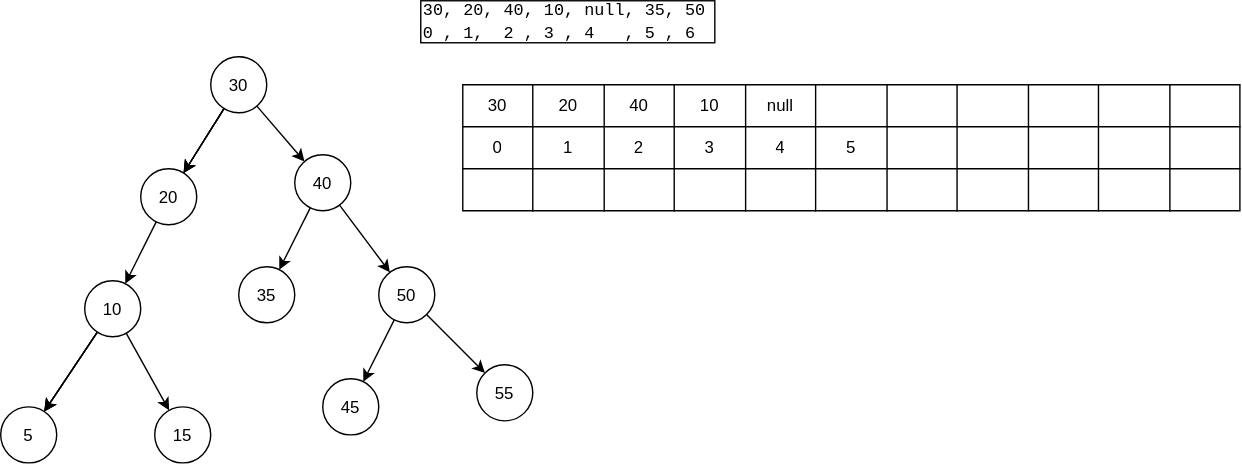
The draw.io diagram База/Структуры данных/2. Быстро находить данные и проверять условия/2.3. Проверять принадлежность и уникальность/Множество (Set)/binary-tree.drawio.svg in kosukhin/catalog, before a commit. Source tidied: cells renumbered, new cells last; positions are measured from the earlier drawing's top-left corner, leaving out a move shared by most shapes.
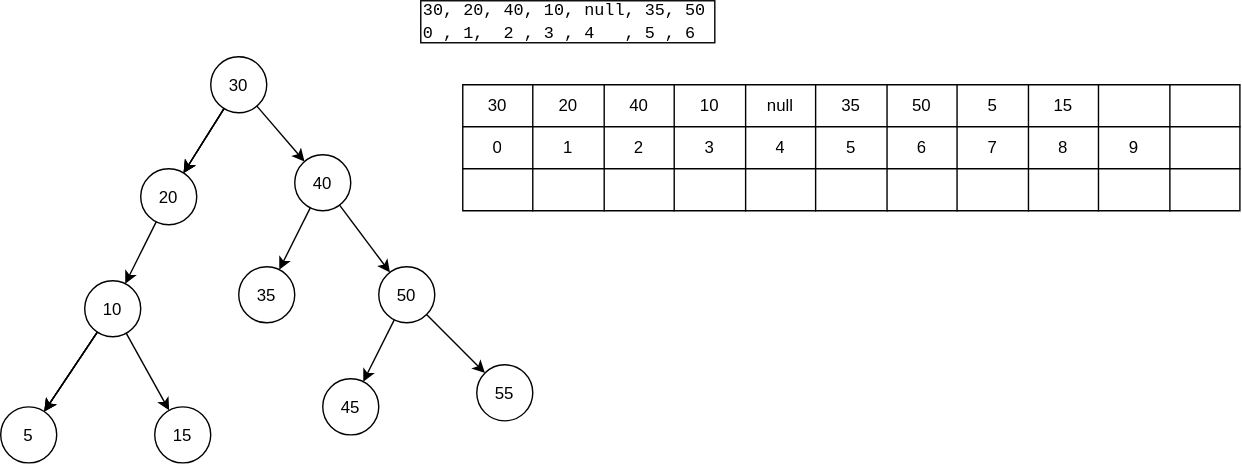
After the change.

What changed in the source:
```diff
@@ -95,16 +95,16 @@
     <mxCell id="32" value="null" style="shape=partialRectangle;html=1;whiteSpace=wrap;strokeColor=inherit;overflow=hidden;fillColor=none;" parent="27" vertex="1">
       <mxGeometry x="202" width="50" height="30" as="geometry" />
     </mxCell>
-    <mxCell id="33" style="shape=partialRectangle;html=1;whiteSpace=wrap;strokeColor=inherit;overflow=hidden;fillColor=none;" parent="27" vertex="1">
+    <mxCell id="33" value="35" style="shape=partialRectangle;html=1;whiteSpace=wrap;strokeColor=inherit;overflow=hidden;fillColor=none;" parent="27" vertex="1">
       <mxGeometry x="252" width="51" height="30" as="geometry" />
     </mxCell>
-    <mxCell id="34" style="shape=partialRectangle;html=1;whiteSpace=wrap;strokeColor=inherit;overflow=hidden;fillColor=none;" parent="27" vertex="1">
+    <mxCell id="34" value="50" style="shape=partialRectangle;html=1;whiteSpace=wrap;strokeColor=inherit;overflow=hidden;fillColor=none;" parent="27" vertex="1">
       <mxGeometry x="303" width="50" height="30" as="geometry" />
     </mxCell>
-    <mxCell id="35" style="shape=partialRectangle;html=1;whiteSpace=wrap;strokeColor=inherit;overflow=hidden;fillColor=none;" parent="27" vertex="1">
+    <mxCell id="35" value="5" style="shape=partialRectangle;html=1;whiteSpace=wrap;strokeColor=inherit;overflow=hidden;fillColor=none;" parent="27" vertex="1">
       <mxGeometry x="353" width="51" height="30" as="geometry" />
     </mxCell>
-    <mxCell id="36" style="shape=partialRectangle;html=1;whiteSpace=wrap;strokeColor=inherit;overflow=hidden;fillColor=none;" parent="27" vertex="1">
+    <mxCell id="36" value="15" style="shape=partialRectangle;html=1;whiteSpace=wrap;strokeColor=inherit;overflow=hidden;fillColor=none;" parent="27" vertex="1">
       <mxGeometry x="404" width="50" height="30" as="geometry" />
     </mxCell>
     <mxCell id="37" style="shape=partialRectangle;html=1;whiteSpace=wrap;strokeColor=inherit;overflow=hidden;fillColor=none;" parent="27" vertex="1">
@@ -134,16 +134,16 @@
     <mxCell id="45" value="5" style="shape=partialRectangle;html=1;whiteSpace=wrap;strokeColor=inherit;overflow=hidden;fillColor=none;" parent="39" vertex="1">
       <mxGeometry x="252" width="51" height="30" as="geometry" />
     </mxCell>
-    <mxCell id="46" style="shape=partialRectangle;html=1;whiteSpace=wrap;strokeColor=inherit;overflow=hidden;fillColor=none;" parent="39" vertex="1">
+    <mxCell id="46" value="6" style="shape=partialRectangle;html=1;whiteSpace=wrap;strokeColor=inherit;overflow=hidden;fillColor=none;" parent="39" vertex="1">
       <mxGeometry x="303" width="50" height="30" as="geometry" />
     </mxCell>
-    <mxCell id="47" style="shape=partialRectangle;html=1;whiteSpace=wrap;strokeColor=inherit;overflow=hidden;fillColor=none;" parent="39" vertex="1">
+    <mxCell id="47" value="7" style="shape=partialRectangle;html=1;whiteSpace=wrap;strokeColor=inherit;overflow=hidden;fillColor=none;" parent="39" vertex="1">
       <mxGeometry x="353" width="51" height="30" as="geometry" />
     </mxCell>
-    <mxCell id="48" style="shape=partialRectangle;html=1;whiteSpace=wrap;strokeColor=inherit;overflow=hidden;fillColor=none;" parent="39" vertex="1">
+    <mxCell id="48" value="8" style="shape=partialRectangle;html=1;whiteSpace=wrap;strokeColor=inherit;overflow=hidden;fillColor=none;" parent="39" vertex="1">
       <mxGeometry x="404" width="50" height="30" as="geometry" />
     </mxCell>
-    <mxCell id="49" style="shape=partialRectangle;html=1;whiteSpace=wrap;strokeColor=inherit;overflow=hidden;fillColor=none;" parent="39" vertex="1">
+    <mxCell id="49" value="9" style="shape=partialRectangle;html=1;whiteSpace=wrap;strokeColor=inherit;overflow=hidden;fillColor=none;" parent="39" vertex="1">
       <mxGeometry x="454" width="51" height="30" as="geometry" />
     </mxCell>
     <mxCell id="50" style="shape=partialRectangle;html=1;whiteSpace=wrap;strokeColor=inherit;overflow=hidden;fillColor=none;" parent="39" vertex="1">
```
